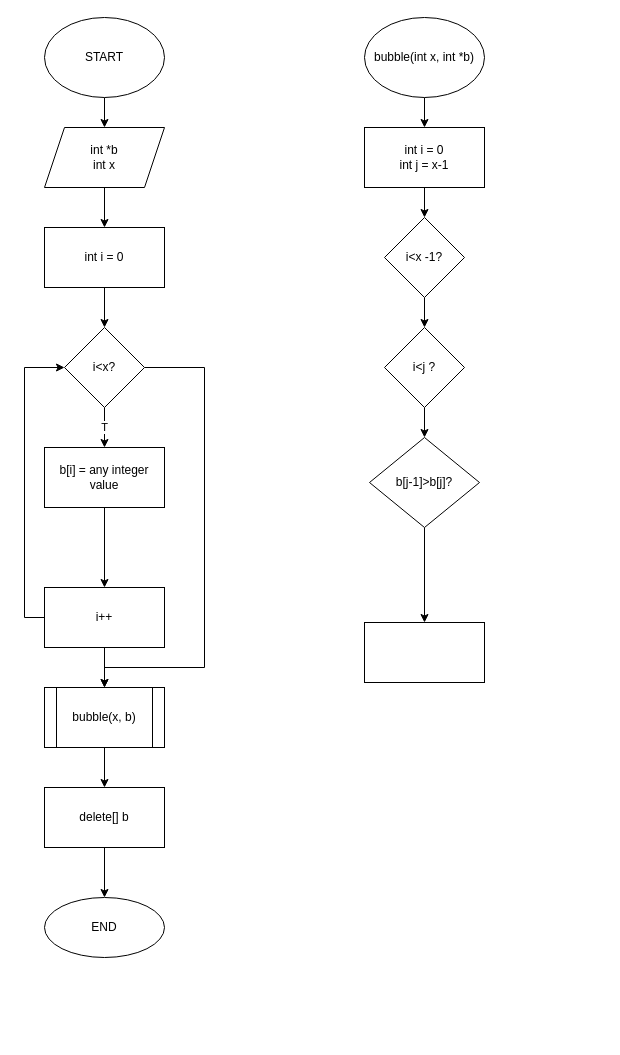
Before: bubblesort.drawio in gradeF/Flowchart, a draw.io diagram. Source tidied: cells renumbered, new cells numbered last; positions are measured from the earlier drawing's top-left corner, leaving out a move shared by most shapes. Both pictures are drawn from the tidied source at 100%, with x=0, y=0 at pixel (44, 17).
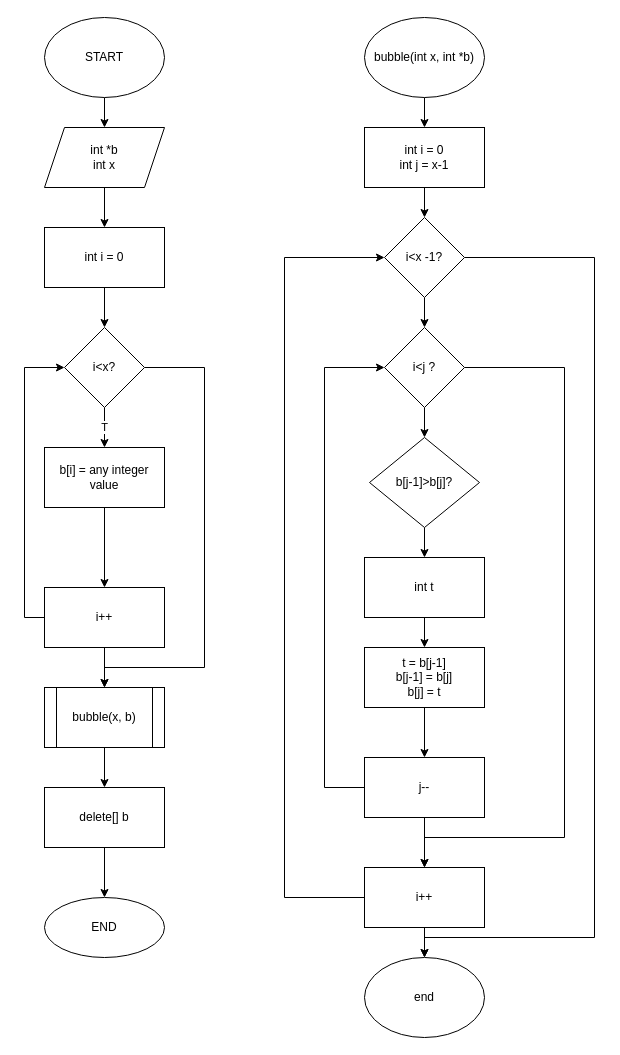
Above is the later version.

The change refers to these unchanged cells:
```xml
<mxCell id="26" value="i&amp;lt;x -1?" style="rhombus;whiteSpace=wrap;html=1;" parent="1" vertex="1">
  <mxGeometry x="340" y="200" width="80" height="80" as="geometry" />
</mxCell>
<mxCell id="28" value="i&amp;lt;j ?" style="rhombus;whiteSpace=wrap;html=1;" parent="1" vertex="1">
  <mxGeometry x="340" y="310" width="80" height="80" as="geometry" />
</mxCell>
```

The edit, as a diff of the source:
```diff
@@
+    <mxCell id="32" style="edgeStyle=orthogonalEdgeStyle;rounded=0;jettySize=auto;html=1;exitX=1;exitY=0.5;exitDx=0;exitDy=0;entryX=0.5;entryY=0;entryDx=0;entryDy=0;" parent="1" edge="1" source="26" target="43">
+      <mxGeometry relative="1" as="geometry">
+        <Array as="points">
+          <mxPoint x="550" y="240" />
+          <mxPoint x="550" y="920" />
+          <mxPoint x="380" y="920" />
+        </Array>
+      </mxGeometry>
+    </mxCell>
@@
+    <mxCell id="33" style="edgeStyle=orthogonalEdgeStyle;rounded=0;jettySize=auto;html=1;exitX=1;exitY=0.5;exitDx=0;exitDy=0;entryX=0.5;entryY=0;entryDx=0;entryDy=0;" parent="1" edge="1" source="28" target="42">
+      <mxGeometry relative="1" as="geometry">
+        <Array as="points">
+          <mxPoint x="520" y="350" />
+          <mxPoint x="520" y="820" />
+          <mxPoint x="380" y="820" />
+        </Array>
+      </mxGeometry>
+    </mxCell>
@@
+    <mxCell id="34" style="edgeStyle=orthogonalEdgeStyle;rounded=0;jettySize=auto;html=1;" parent="1" edge="1" source="31" target="36">
+      <mxGeometry relative="1" as="geometry" />
+    </mxCell>
-    <mxCell id="31" style="whiteSpace=wrap;html=1;" parent="1" vertex="1">
-      <mxGeometry x="320" y="605" width="120" height="60" as="geometry" />
+    <mxCell id="31" value="int t" style="whiteSpace=wrap;html=1;" parent="1" vertex="1">
+      <mxGeometry x="320" y="540" width="120" height="60" as="geometry" />
     </mxCell>
+    <mxCell id="35" style="edgeStyle=orthogonalEdgeStyle;rounded=0;jettySize=auto;html=1;" parent="1" edge="1" source="36" target="39">
+      <mxGeometry relative="1" as="geometry" />
+    </mxCell>
+    <mxCell id="36" value="&lt;span style=&quot;&quot;&gt;t = b[j-1]&lt;/span&gt;&lt;br style=&quot;&quot;&gt;&lt;span style=&quot;&quot;&gt;b[j-1] = b[j]&lt;/span&gt;&lt;br style=&quot;&quot;&gt;&lt;span style=&quot;&quot;&gt;b[j] = t&lt;/span&gt;" style="whiteSpace=wrap;html=1;" parent="1" vertex="1">
+      <mxGeometry x="320" y="630" width="120" height="60" as="geometry" />
+    </mxCell>
+    <mxCell id="37" style="edgeStyle=orthogonalEdgeStyle;rounded=0;jettySize=auto;html=1;" parent="1" edge="1" source="39" target="42">
+      <mxGeometry relative="1" as="geometry" />
+    </mxCell>
+    <mxCell id="38" style="edgeStyle=orthogonalEdgeStyle;rounded=0;jettySize=auto;html=1;exitX=0;exitY=0.5;exitDx=0;exitDy=0;entryX=0;entryY=0.5;entryDx=0;entryDy=0;" parent="1" edge="1" source="39" target="28">
+      <mxGeometry relative="1" as="geometry">
+        <Array as="points">
+          <mxPoint x="280" y="770" />
+          <mxPoint x="280" y="350" />
+        </Array>
+      </mxGeometry>
+    </mxCell>
+    <mxCell id="39" value="j--" style="whiteSpace=wrap;html=1;" parent="1" vertex="1">
+      <mxGeometry x="320" y="740" width="120" height="60" as="geometry" />
+    </mxCell>
+    <mxCell id="40" style="edgeStyle=orthogonalEdgeStyle;rounded=0;jettySize=auto;html=1;exitX=0;exitY=0.5;exitDx=0;exitDy=0;entryX=0;entryY=0.5;entryDx=0;entryDy=0;" parent="1" edge="1" source="42" target="26">
+      <mxGeometry relative="1" as="geometry">
+        <Array as="points">
+          <mxPoint x="240" y="880" />
+          <mxPoint x="240" y="240" />
+        </Array>
+      </mxGeometry>
+    </mxCell>
+    <mxCell id="41" style="edgeStyle=orthogonalEdgeStyle;rounded=0;jettySize=auto;html=1;exitX=0.5;exitY=1;exitDx=0;exitDy=0;entryX=0.5;entryY=0;entryDx=0;entryDy=0;" parent="1" edge="1" source="42" target="43">
+      <mxGeometry relative="1" as="geometry" />
+    </mxCell>
+    <mxCell id="42" value="i++" style="whiteSpace=wrap;html=1;" parent="1" vertex="1">
+      <mxGeometry x="320" y="850" width="120" height="60" as="geometry" />
+    </mxCell>
+    <mxCell id="43" value="end" style="ellipse;whiteSpace=wrap;html=1;" parent="1" vertex="1">
+      <mxGeometry x="320" y="940" width="120" height="80" as="geometry" />
+    </mxCell>
```
